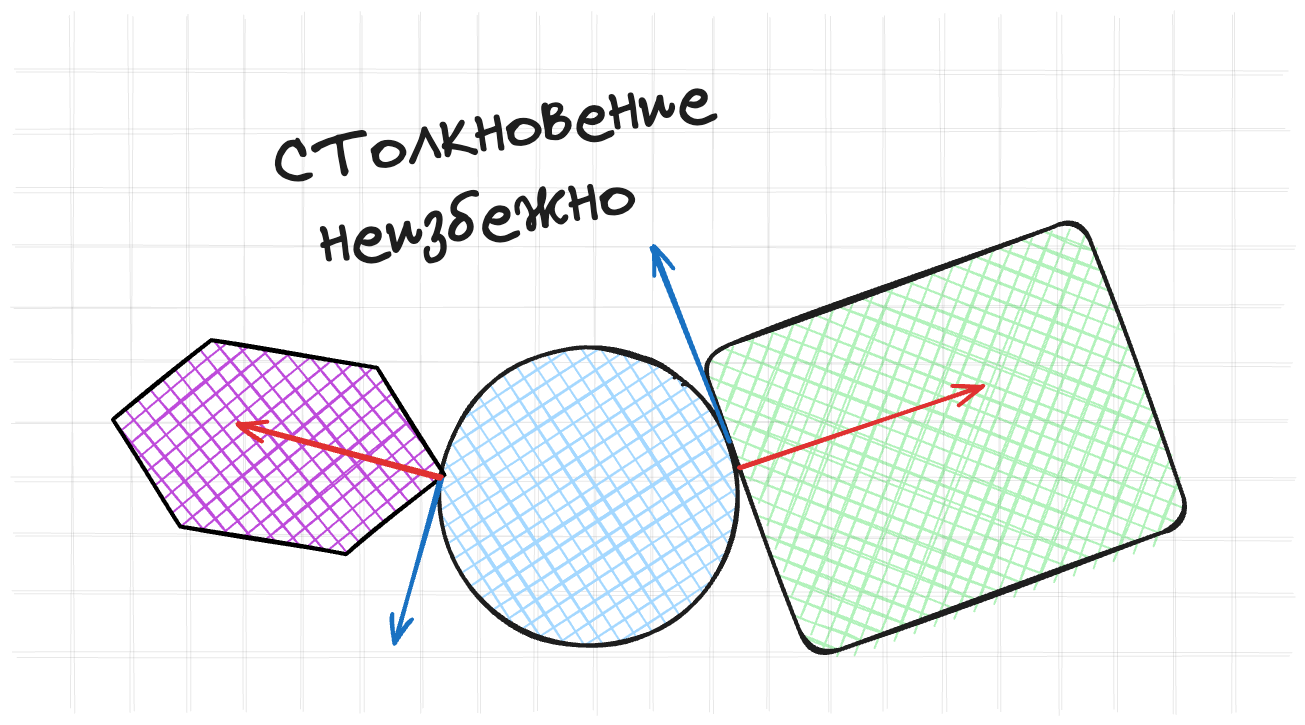
kozakromch/game_physics_2 keeps this Excalidraw diagram as assets/images/main/collisions.excalidraw.png. Above is the earlier version. Source tidied: one line per element, renumbered; positions are measured from the earlier drawing's top-left corner, leaving out a move shared by most shapes.
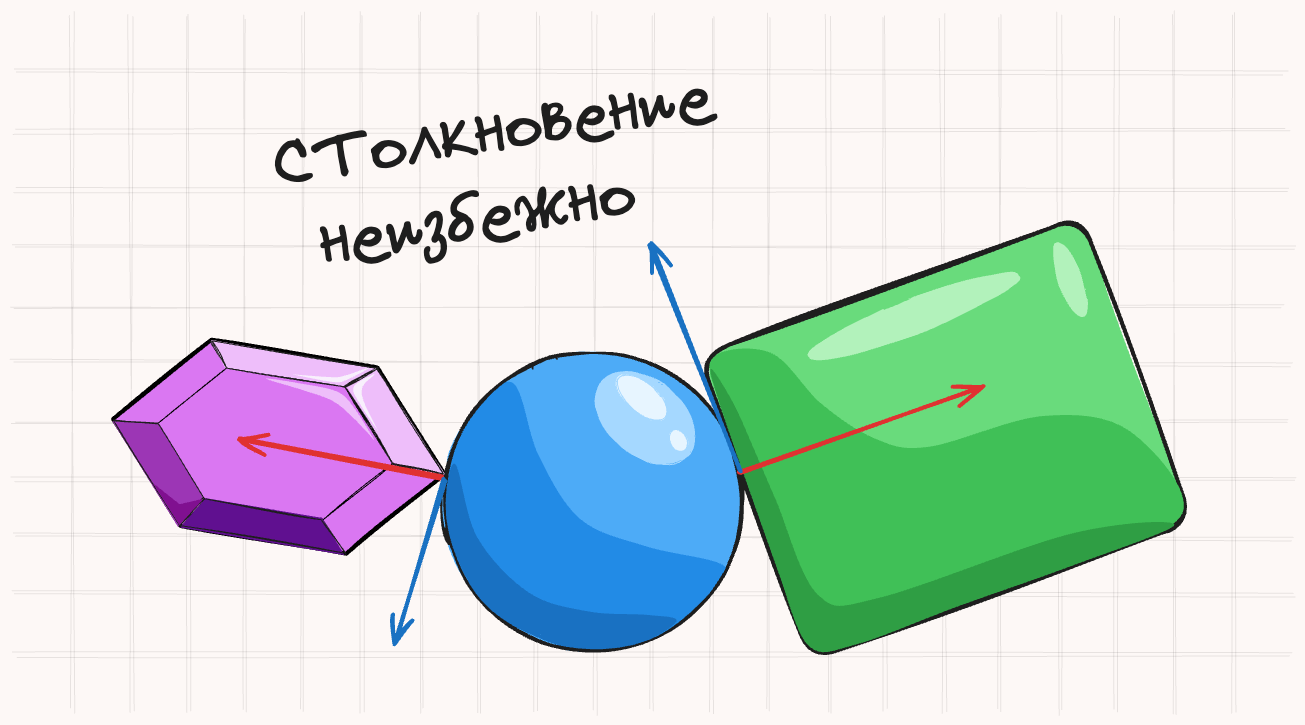
After the commit.

Change to the diagram source:
```diff
@@ -1,4 +1,3 @@
-{"id": 0, "type": "rectangle", "strokeColor": "#1e1e1e", "angle": 1.22, "backgroundColor": "#b2f2bb", "fillStyle": "cross-hatch", "strokeWidth": 4, "roughness": 2, "round": true, "x": 1060, "y": 162, "width": 324, "height": 407}
 {"id": 1, "type": "line", "strokeColor": "#1e1e1e", "strokeWidth": 1, "roughness": 2, "opacity": 10, "round": true, "x": 290, "y": 0, "width": 1272, "height": 0, "points": [[0, 0], [1272, 0]]}
 {"id": 2, "type": "line", "strokeColor": "#1e1e1e", "strokeWidth": 1, "roughness": 2, "opacity": 10, "round": true, "x": 290, "y": 349, "width": 1272, "height": 0, "points": [[0, 0], [1272, 0]]}
 {"id": 3, "type": "line", "strokeColor": "#1e1e1e", "strokeWidth": 1, "roughness": 2, "opacity": 10, "round": true, "x": 290, "y": 58, "width": 1275, "height": 0, "points": [[0, 0], [1275, 0]]}
@@ -20,7 +19,7 @@
 {"id": 19, "type": "line", "strokeColor": "#1e1e1e", "angle": 1.57, "strokeWidth": 1, "roughness": 2, "opacity": 10, "round": true, "x": 58, "y": 290, "width": 697, "height": 0, "points": [[0, 0], [697, 0]]}
 {"id": 20, "type": "line", "strokeColor": "#1e1e1e", "angle": 1.57, "strokeWidth": 1, "roughness": 2, "opacity": 10, "round": true, "x": 349, "y": 290, "width": 697, "height": 0, "points": [[0, 0], [697, 0]]}
 {"id": 21, "type": "line", "strokeColor": "#1e1e1e", "angle": 1.57, "strokeWidth": 1, "roughness": 2, "opacity": 10, "round": true, "x": 0, "y": 290, "width": 697, "height": 0, "points": [[0, 0], [697, 0]]}
-{"id": 22, "type": "line", "strokeColor": "#1e1e1e", "angle": 1.57, "strokeWidth": 1, "roughness": 2, "opacity": 10, "round": true, "x": 290, "y": 290, "width": 696, "height": 0, "points": [[0, 0], [696, 0]]}
+{"id": 22, "type": "line", "strokeColor": "#1e1e1e", "angle": 1.57, "strokeWidth": 1, "roughness": 2, "opacity": 10, "round": true, "x": 291, "y": 290, "width": 696, "height": 0, "points": [[0, 0], [696, 0]]}
 {"id": 23, "type": "line", "strokeColor": "#1e1e1e", "angle": 1.57, "strokeWidth": 1, "roughness": 2, "opacity": 10, "round": true, "x": 639, "y": 290, "width": 697, "height": 0, "points": [[0, 0], [697, 0]]}
 {"id": 24, "type": "line", "strokeColor": "#1e1e1e", "angle": 1.57, "strokeWidth": 1, "roughness": 2, "opacity": 10, "round": true, "x": 929, "y": 290, "width": 696, "height": 0, "points": [[0, 0], [696, 0]]}
 {"id": 25, "type": "line", "strokeColor": "#1e1e1e", "angle": 1.57, "strokeWidth": 1, "roughness": 2, "opacity": 10, "round": true, "x": 871, "y": 290, "width": 697, "height": 0, "points": [[0, 0], [697, 0]]}
@@ -31,10 +30,37 @@
 {"id": 30, "type": "line", "strokeColor": "#1e1e1e", "angle": 1.57, "strokeWidth": 1, "roughness": 2, "opacity": 10, "round": true, "x": 1045, "y": 291, "width": 697, "height": 0, "points": [[0, 0], [697, 0]]}
 {"id": 31, "type": "line", "strokeColor": "#1e1e1e", "angle": 1.57, "strokeWidth": 1, "roughness": 2, "opacity": 10, "round": true, "x": 697, "y": 290, "width": 697, "height": 0, "points": [[0, 0], [697, 0]]}
 {"id": 32, "type": "line", "strokeColor": "#1e1e1e", "angle": 1.57, "strokeWidth": 1, "roughness": 2, "opacity": 10, "round": true, "x": 987, "y": 290, "width": 696, "height": 0, "points": [[0, 0], [696, 0]]}
-{"id": 33, "type": "ellipse", "strokeColor": "#1e1e1e", "angle": 0.28, "backgroundColor": "#a5d8ff", "fillStyle": "cross-hatch", "strokeWidth": 4, "roughness": 1, "round": true, "x": 716, "y": 274, "width": 299, "height": 299}
+{"id": 0, "type": "rectangle", "strokeColor": "#1e1e1e", "angle": 1.22, "backgroundColor": "#69db7c", "fillStyle": "solid", "strokeWidth": 4, "roughness": 2, "round": true, "x": 1060, "y": 162, "width": 324, "height": 407}
-{"id": 34, "type": "line", "strokeColor": "#000000", "angle": 4.88, "backgroundColor": "#be4bdb", "fillStyle": "cross-hatch", "strokeWidth": 4, "roughness": 1, "x": 555, "y": 206, "width": 189, "height": 336, "points": [[0, 0], [94, 84], [94, 252], [0, 336], [-94, 252], [-94, 84], [0, 0]]}
+{"id": 34, "type": "line", "strokeColor": "#000000", "angle": 4.88, "backgroundColor": "#da77f2", "fillStyle": "solid", "strokeWidth": 4, "roughness": 1, "x": 555, "y": 206, "width": 189, "height": 336, "points": [[0, 0], [94, 84], [94, 252], [0, 336], [-94, 252], [-94, 84], [0, 0]]}
 {"id": 35, "type": "text", "text": "СТолкновение\n неизбежно", "strokeColor": "#1e1e1e", "angle": 6.12, "backgroundColor": "#a5d8ff", "fillStyle": "cross-hatch", "strokeWidth": 4, "roughness": 1, "fontSize": 66.97, "fontFamily": 1, "x": 555, "y": 17, "width": 444, "height": 167}
+{"id": 40, "type": "ellipse", "strokeColor": "#1e1e1e", "angle": 4.84, "backgroundColor": "#4dabf7", "fillStyle": "solid", "strokeWidth": 2, "roughness": 1, "x": 719, "y": 279, "width": 299, "height": 299}
+{"id": 41, "type": "line", "strokeColor": "transparent", "angle": 0.53, "backgroundColor": "#228be6", "fillStyle": "solid", "strokeWidth": 1, "roughness": 0, "round": true, "x": 830, "y": 569, "width": 297, "height": 207, "points": [[0, 0], [-49, -14], [-87, -42], [-118, -88], [-130, -150], [-111, -207], [-52, -158], [17, -123], [88, -133], [163, -155], [167, -129], [149, -74], [120, -35], [69, -6], [0, 0]]}
+{"id": 42, "type": "line", "strokeColor": "transparent", "angle": 0.53, "backgroundColor": "#1971c2", "fillStyle": "solid", "strokeWidth": 1, "roughness": 0, "round": true, "x": 812, "y": 563, "width": 270, "height": 112, "points": [[0, 0], [-44, -11], [-88, -41], [-114, -71], [-126, -112], [-70, -60], [2, -38], [64, -52], [116, -79], [144, -88], [118, -44], [64, -11], [1, -1]]}
+{"id": 43, "type": "ellipse", "strokeColor": "#1e1e1e", "strokeWidth": 2, "roughness": 1, "round": true, "x": 720, "y": 279, "width": 300, "height": 299}
+{"id": 44, "type": "ellipse", "strokeColor": "#a5d8ff", "angle": 0.7, "backgroundColor": "#a5d8ff", "fillStyle": "solid", "strokeWidth": 1, "roughness": 1, "round": true, "x": 865, "y": 308, "width": 114, "height": 74}
+{"id": 45, "type": "ellipse", "strokeColor": "#a5d8ff", "angle": 0.7, "backgroundColor": "#e7f5ff", "fillStyle": "solid", "strokeWidth": 1, "roughness": 1, "round": true, "x": 888, "y": 309, "width": 61, "height": 30}
+{"id": 46, "type": "ellipse", "strokeColor": "#a5d8ff", "angle": 1.05, "backgroundColor": "#e7f5ff", "fillStyle": "solid", "strokeWidth": 1, "roughness": 1, "round": true, "x": 944, "y": 359, "width": 23, "height": 17}
+{"id": 47, "type": "line", "strokeColor": "transparent", "angle": 0.53, "backgroundColor": "#40c057", "fillStyle": "solid", "strokeWidth": 1, "roughness": 0, "round": true, "x": 1113, "y": 557, "width": 484, "height": 345, "points": [[0, 0], [-128, -109], [-170, -153], [-122, -188], [-52, -169], [12, -166], [62, -186], [146, -270], [228, -301], [315, -256], [244, -155], [169, -67], [99, 19], [59, 44], [0, 0]]}
+{"id": 48, "type": "line", "strokeColor": "transparent", "angle": 0.53, "backgroundColor": "#2f9e44", "fillStyle": "solid", "strokeWidth": 1, "roughness": 0, "round": true, "x": 1097, "y": 556, "width": 479, "height": 289, "points": [[0, 0], [-127, -108], [-165, -146], [-129, -128], [-90, -100], [-43, -65], [40, -5], [95, -33], [229, -184], [314, -244], [244, -155], [169, -67], [99, 19], [59, 44], [0, 0]]}
+{"id": 49, "type": "ellipse", "strokeColor": "transparent", "angle": 5.92, "backgroundColor": "#b2f2bb", "fillStyle": "solid", "strokeWidth": 2, "roughness": 1, "round": true, "x": 1078, "y": 226, "width": 225, "height": 35}
+{"id": 50, "type": "ellipse", "strokeColor": "transparent", "angle": 1.23, "backgroundColor": "#b2f2bb", "fillStyle": "solid", "strokeWidth": 2, "roughness": 1, "round": true, "x": 1307, "y": 196, "width": 80, "height": 24}
+{"id": 39, "type": "arrow", "strokeColor": "#e03131", "backgroundColor": "#a5d8ff", "fillStyle": "cross-hatch", "strokeWidth": 4, "roughness": 1, "endArrowhead": "arrow", "round": true, "from": 43, "x": 1017, "y": 400, "width": 244, "height": 86, "points": [[0, 0], [244, -86]]}
+{"id": 51, "type": "line", "strokeColor": "transparent", "backgroundColor": "#2f9e44", "fillStyle": "solid", "strokeWidth": 2, "roughness": 1, "round": true, "x": 457, "y": 453, "width": 31, "height": 31, "points": [[0, 0], [31, -31]]}
+{"id": 52, "type": "line", "strokeColor": "#000000", "angle": 4.88, "backgroundColor": "#da77f2", "fillStyle": "solid", "strokeWidth": 1, "roughness": 1, "x": 551, "y": 251, "width": 134, "height": 239, "points": [[0, 0], [67, 60], [67, 179], [0, 239], [-67, 179], [-67, 60], [0, 0]]}
+{"id": 53, "type": "line", "strokeColor": "#1e1e1e", "backgroundColor": "#2f9e44", "fillStyle": "solid", "strokeWidth": 1, "roughness": 1, "round": true, "x": 482, "y": 427, "width": 25, "height": 27, "points": [[0, 0], [-25, 27]]}
+{"id": 54, "type": "line", "strokeColor": "#1e1e1e", "backgroundColor": "#2f9e44", "fillStyle": "solid", "strokeWidth": 1, "roughness": 1, "round": true, "x": 390, "y": 347, "width": 44, "height": 4, "points": [[0, 0], [44, 4]]}
+{"id": 55, "type": "line", "strokeColor": "#1e1e1e", "backgroundColor": "#2f9e44", "fillStyle": "solid", "strokeWidth": 1, "roughness": 1, "round": true, "x": 488, "y": 267, "width": 16, "height": 27, "points": [[0, 0], [16, 27]]}
+{"id": 56, "type": "line", "strokeColor": "#1e1e1e", "backgroundColor": "#2f9e44", "fillStyle": "solid", "strokeWidth": 1, "roughness": 1, "round": true, "x": 621, "y": 314, "width": 33, "height": 19, "points": [[0, 0], [33, -19]]}
+{"id": 57, "type": "line", "strokeColor": "#1e1e1e", "backgroundColor": "#2f9e44", "fillStyle": "solid", "strokeWidth": 1, "roughness": 1, "round": true, "x": 668, "y": 391, "width": 52, "height": 11, "points": [[0, 0], [52, 11]]}
+{"id": 58, "type": "line", "strokeColor": "#1e1e1e", "backgroundColor": "#2f9e44", "fillStyle": "solid", "strokeWidth": 1, "roughness": 1, "round": true, "x": 599, "y": 446, "width": 24, "height": 35, "points": [[0, 0], [24, 35]]}
+{"id": 59, "type": "line", "strokeColor": "#1e1e1e", "backgroundColor": "#601090", "fillStyle": "solid", "strokeWidth": 1, "roughness": 1, "x": 456, "y": 453, "width": 166, "height": 55, "points": [[0, 0], [166, 28], [141, -6], [25, -27], [0, 0]]}
+{"id": 60, "type": "line", "strokeColor": "#1e1e1e", "angle": 0.85, "backgroundColor": "#9c36b5", "fillStyle": "solid", "strokeWidth": 1, "roughness": 1, "x": 374, "y": 396, "width": 123, "height": 51, "points": [[0, 0], [123, 20], [117, -17], [31, -32], [0, 0]]}
+{"id": 61, "type": "line", "strokeColor": "#1e1e1e", "angle": 3.16, "backgroundColor": "#eebefa", "fillStyle": "solid", "strokeWidth": 1, "roughness": 1, "x": 488, "y": 289, "width": 165, "height": 43, "points": [[0, 0], [165, 23], [150, -4], [32, -19], [0, 0]]}
+{"id": 62, "type": "line", "strokeColor": "#1e1e1e", "angle": 3.81, "backgroundColor": "#eebefa", "fillStyle": "solid", "strokeWidth": 1, "roughness": 1, "x": 609, "y": 344, "width": 131, "height": 65, "points": [[0, 0], [117, 42], [131, 7], [47, -23], [0, 0]]}
+{"id": 63, "type": "line", "strokeColor": "transparent", "angle": 0.84, "backgroundColor": "#801090", "fillStyle": "solid", "strokeWidth": 1, "roughness": 1, "x": 430, "y": 432, "width": 50, "height": 35, "points": [[0, 0], [48, 8], [44, -27], [31, -6], [-2, 0]]}
+{"id": 64, "type": "line", "strokeColor": "transparent", "angle": 5.41, "backgroundColor": "#eebefa", "fillStyle": "solid", "strokeWidth": 1, "roughness": 0, "round": true, "x": 605, "y": 393, "width": 36, "height": 124, "points": [[0, 0], [12, -37], [14, -61], [-4, -94], [-22, -124], [-8, -89], [4, -58], [4, -31], [0, 0]]}
+{"id": 65, "type": "line", "strokeColor": "transparent", "angle": 0.9, "backgroundColor": "#f8f0fc", "fillStyle": "solid", "strokeWidth": 1, "roughness": 0, "round": true, "x": 586, "y": 330, "width": 42, "height": 64, "points": [[0, 0], [31, -27], [38, -40], [42, -64], [34, -40], [26, -29], [0, 0]]}
+{"id": 66, "type": "line", "strokeColor": "transparent", "angle": 0.32, "backgroundColor": "#f8f0fc", "fillStyle": "solid", "strokeWidth": 1, "roughness": 0, "round": true, "x": 664, "y": 354, "width": 38, "height": 53, "points": [[0, 0], [-24, -19], [-38, -35], [-21, -53], [-29, -38], [-23, -23], [0, 0]]}
+{"id": 38, "type": "arrow", "strokeColor": "#e03131", "backgroundColor": "#a5d8ff", "fillStyle": "cross-hatch", "strokeWidth": 4, "roughness": 1, "endArrowhead": "arrow", "round": true, "from": 43, "x": 719, "y": 404, "width": 203, "height": 38, "points": [[0, 0], [-203, -38]]}
+{"id": 37, "type": "arrow", "strokeColor": "#1971c2", "backgroundColor": "#a5d8ff", "fillStyle": "cross-hatch", "strokeWidth": 4, "roughness": 1, "endArrowhead": "arrow", "round": true, "from": 43, "x": 721, "y": 407, "width": 48, "height": 164, "points": [[0, 0], [-48, 164]]}
-{"id": 36, "type": "arrow", "strokeColor": "#1971c2", "backgroundColor": "#a5d8ff", "fillStyle": "cross-hatch", "strokeWidth": 4, "roughness": 1, "endArrowhead": "arrow", "round": true, "from": 33, "to": 35, "x": 1005, "y": 369, "width": 76, "height": 194, "points": [[0, 0], [-76, -194]]}
+{"id": 36, "type": "arrow", "strokeColor": "#1971c2", "backgroundColor": "#a5d8ff", "fillStyle": "cross-hatch", "strokeWidth": 4, "roughness": 1, "endArrowhead": "arrow", "round": true, "from": 43, "to": 35, "x": 1016, "y": 398, "width": 89, "height": 226, "points": [[0, 0], [-89, -226]]}
-{"id": 37, "type": "arrow", "strokeColor": "#1971c2", "backgroundColor": "#a5d8ff", "fillStyle": "cross-hatch", "strokeWidth": 4, "roughness": 1, "endArrowhead": "arrow", "round": true, "x": 717, "y": 405, "width": 45, "height": 166, "points": [[0, 0], [-45, 166]]}
-{"id": 38, "type": "arrow", "strokeColor": "#e03131", "backgroundColor": "#a5d8ff", "fillStyle": "cross-hatch", "strokeWidth": 4, "roughness": 1, "endArrowhead": "arrow", "round": true, "x": 718, "y": 404, "width": 204, "height": 53, "points": [[0, 0], [-204, -53]]}
-{"id": 39, "type": "arrow", "strokeColor": "#e03131", "backgroundColor": "#a5d8ff", "fillStyle": "cross-hatch", "strokeWidth": 4, "roughness": 1, "endArrowhead": "arrow", "round": true, "from": 33, "x": 1017, "y": 395, "width": 243, "height": 81, "points": [[0, 0], [243, -81]]}
```
